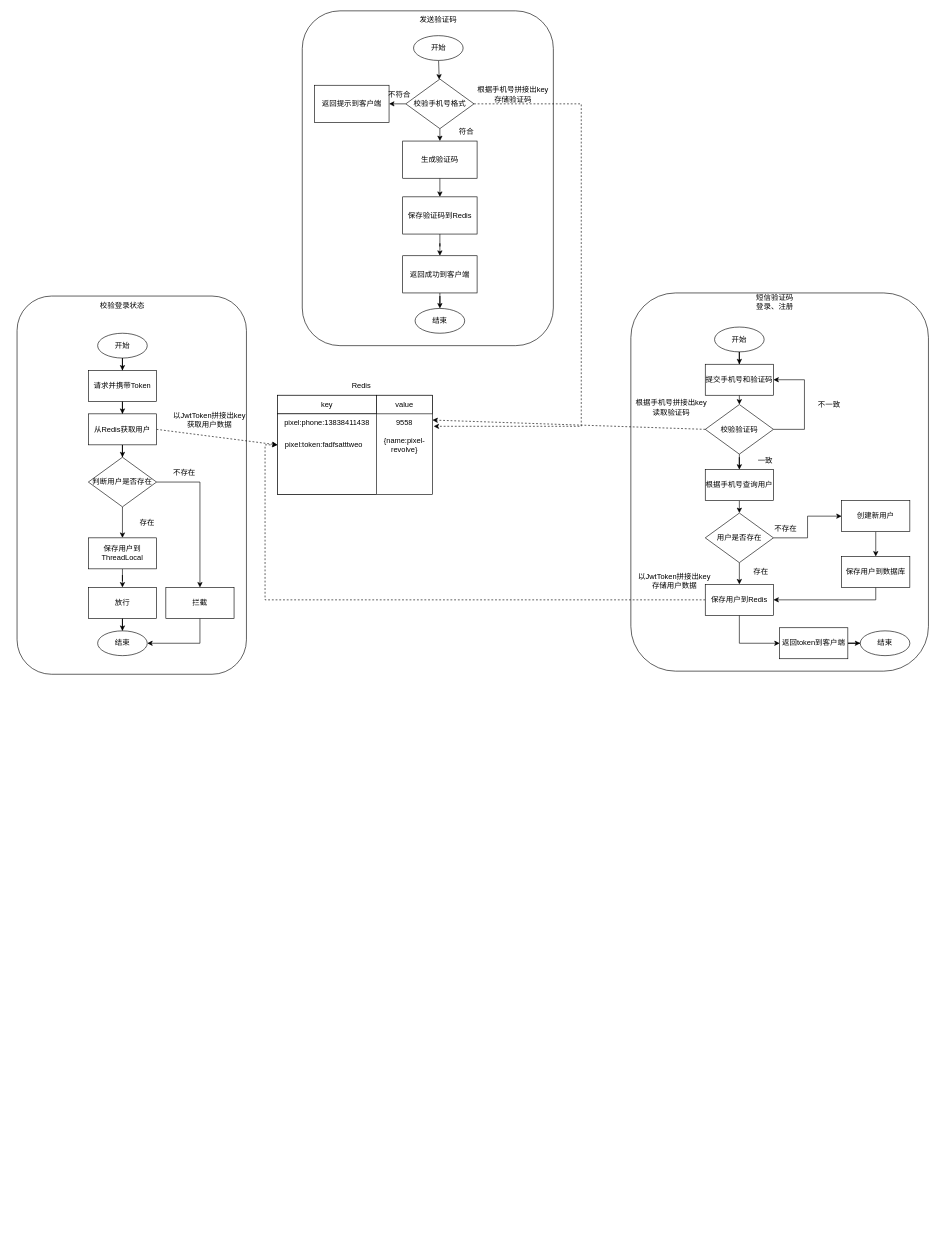
Above: docs/业务流程图.drawio in pixel-revolve/pixel-ccp (draw.io), before the change. Source tidied: cells renumbered, new cells numbered last; positions are measured from the earlier drawing's top-left corner, leaving out a move shared by most shapes. Both pictures are drawn from the tidied source at 62%, with x=0, y=0 at pixel (17, 11).
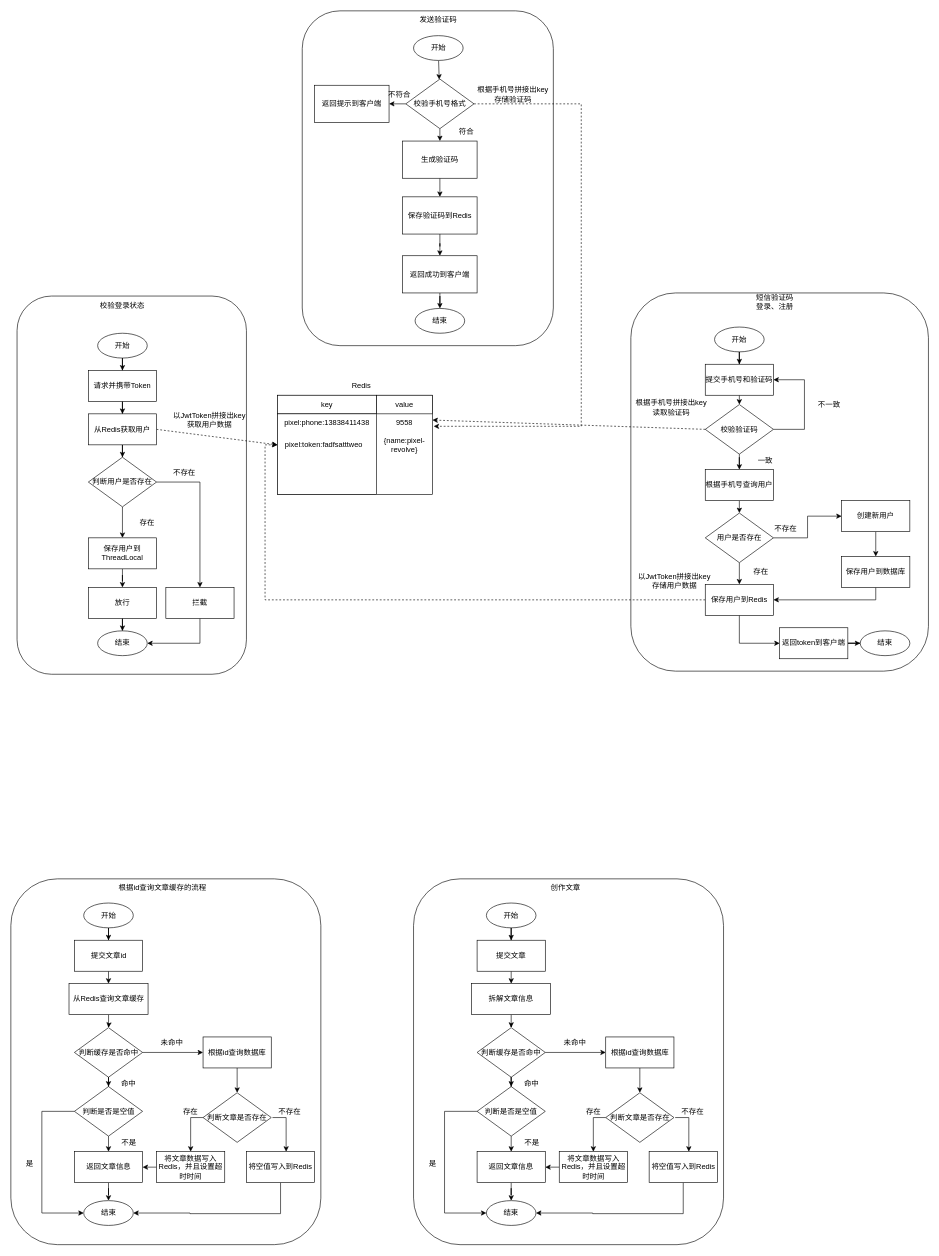
After the change.

Commit message (it also covers changes not shown here):
修改「软件开发文档」和「业务流程图」

Diff of the diagram source:
```diff
@@
+    <mxCell id="83" style="rounded=1;whiteSpace=wrap;html=1;" parent="1" vertex="1">
+      <mxGeometry x="-10" y="1400" width="500" height="590" as="geometry" />
+    </mxCell>
+    <mxCell id="84" value="根据id查询文章缓存的流程" style="text;html=1;strokeColor=none;fillColor=none;align=center;verticalAlign=middle;whiteSpace=wrap;rounded=0;" parent="1" vertex="1">
+      <mxGeometry x="160" y="1400" width="150" height="30" as="geometry" />
+    </mxCell>
+    <mxCell id="85" style="edgeStyle=orthogonalEdgeStyle;rounded=0;jettySize=auto;html=1;" parent="1" edge="1" source="86" target="88">
+      <mxGeometry relative="1" as="geometry" />
+    </mxCell>
+    <mxCell id="86" value="开始" style="ellipse;whiteSpace=wrap;html=1;" parent="1" vertex="1">
+      <mxGeometry x="107.5" y="1439" width="80" height="40" as="geometry" />
+    </mxCell>
+    <mxCell id="87" style="edgeStyle=orthogonalEdgeStyle;rounded=0;jettySize=auto;html=1;" parent="1" edge="1" source="88" target="90">
+      <mxGeometry relative="1" as="geometry" />
+    </mxCell>
+    <mxCell id="88" value="提交文章id" style="rounded=0;whiteSpace=wrap;html=1;" parent="1" vertex="1">
+      <mxGeometry x="92.5" y="1499" width="110" height="50" as="geometry" />
+    </mxCell>
+    <mxCell id="89" style="edgeStyle=orthogonalEdgeStyle;rounded=0;jettySize=auto;html=1;" parent="1" edge="1" source="90" target="93">
+      <mxGeometry relative="1" as="geometry" />
+    </mxCell>
+    <mxCell id="90" value="从Redis查询文章缓存" style="rounded=0;whiteSpace=wrap;html=1;" parent="1" vertex="1">
+      <mxGeometry x="83.8" y="1569" width="127.5" height="50" as="geometry" />
+    </mxCell>
+    <mxCell id="91" style="edgeStyle=orthogonalEdgeStyle;rounded=0;jettySize=auto;html=1;entryX=0;entryY=0.5;entryDx=0;entryDy=0;" parent="1" edge="1" source="93" target="97">
+      <mxGeometry relative="1" as="geometry" />
+    </mxCell>
+    <mxCell id="92" style="edgeStyle=orthogonalEdgeStyle;rounded=0;jettySize=auto;html=1;" parent="1" edge="1" source="93" target="112">
+      <mxGeometry relative="1" as="geometry" />
+    </mxCell>
+    <mxCell id="93" value="判断缓存是否命中" style="rhombus;whiteSpace=wrap;html=1;" parent="1" vertex="1">
+      <mxGeometry x="92.5" y="1640" width="110" height="80" as="geometry" />
+    </mxCell>
+    <mxCell id="94" style="edgeStyle=orthogonalEdgeStyle;rounded=0;jettySize=auto;html=1;" parent="1" edge="1" source="95" target="100">
+      <mxGeometry relative="1" as="geometry" />
+    </mxCell>
+    <mxCell id="95" value="返回文章信息" style="rounded=0;whiteSpace=wrap;html=1;" parent="1" vertex="1">
+      <mxGeometry x="92.5" y="1840" width="110" height="50" as="geometry" />
+    </mxCell>
+    <mxCell id="96" style="edgeStyle=orthogonalEdgeStyle;rounded=0;jettySize=auto;html=1;" parent="1" edge="1" source="97" target="102">
+      <mxGeometry relative="1" as="geometry" />
+    </mxCell>
+    <mxCell id="97" value="根据id查询数据库" style="rounded=0;whiteSpace=wrap;html=1;" parent="1" vertex="1">
+      <mxGeometry x="300" y="1655" width="110" height="50" as="geometry" />
+    </mxCell>
+    <mxCell id="98" value="命中" style="text;html=1;strokeColor=none;fillColor=none;align=center;verticalAlign=middle;whiteSpace=wrap;rounded=0;" parent="1" vertex="1">
+      <mxGeometry x="150" y="1715" width="60" height="30" as="geometry" />
+    </mxCell>
+    <mxCell id="99" value="未命中" style="text;html=1;strokeColor=none;fillColor=none;align=center;verticalAlign=middle;whiteSpace=wrap;rounded=0;" parent="1" vertex="1">
+      <mxGeometry x="220" y="1650" width="60" height="30" as="geometry" />
+    </mxCell>
+    <mxCell id="100" value="结束" style="ellipse;whiteSpace=wrap;html=1;" parent="1" vertex="1">
+      <mxGeometry x="107.5" y="1919" width="80" height="40" as="geometry" />
+    </mxCell>
+    <mxCell id="101" style="edgeStyle=orthogonalEdgeStyle;rounded=0;jettySize=auto;html=1;exitX=0;exitY=0.5;exitDx=0;exitDy=0;" parent="1" edge="1" source="102" target="104">
+      <mxGeometry relative="1" as="geometry">
+        <Array as="points">
+          <mxPoint x="280" y="1785" />
+        </Array>
+      </mxGeometry>
+    </mxCell>
+    <mxCell id="102" value="判断文章是否存在" style="rhombus;whiteSpace=wrap;html=1;" parent="1" vertex="1">
+      <mxGeometry x="300" y="1745" width="110" height="80" as="geometry" />
+    </mxCell>
+    <mxCell id="103" style="edgeStyle=orthogonalEdgeStyle;rounded=0;jettySize=auto;html=1;exitX=0;exitY=0.5;exitDx=0;exitDy=0;entryX=1;entryY=0.5;entryDx=0;entryDy=0;" parent="1" edge="1" source="104" target="95">
+      <mxGeometry relative="1" as="geometry" />
+    </mxCell>
+    <mxCell id="104" value="将文章数据写入Redis，并且设置超时时间" style="rounded=0;whiteSpace=wrap;html=1;" parent="1" vertex="1">
+      <mxGeometry x="225" y="1840" width="110" height="50" as="geometry" />
+    </mxCell>
+    <mxCell id="105" value="存在" style="text;html=1;strokeColor=none;fillColor=none;align=center;verticalAlign=middle;whiteSpace=wrap;rounded=0;" parent="1" vertex="1">
+      <mxGeometry x="250" y="1760" width="60" height="30" as="geometry" />
+    </mxCell>
+    <mxCell id="106" style="edgeStyle=orthogonalEdgeStyle;rounded=0;jettySize=auto;html=1;entryX=1;entryY=0.5;entryDx=0;entryDy=0;" parent="1" edge="1" source="107" target="100">
+      <mxGeometry relative="1" as="geometry">
+        <Array as="points">
+          <mxPoint x="425" y="1940" />
+          <mxPoint x="279" y="1940" />
+          <mxPoint x="279" y="1939" />
+        </Array>
+      </mxGeometry>
+    </mxCell>
+    <mxCell id="107" value="将空值写入到Redis" style="rounded=0;whiteSpace=wrap;html=1;" parent="1" vertex="1">
+      <mxGeometry x="370" y="1840" width="110" height="50" as="geometry" />
+    </mxCell>
+    <mxCell id="108" style="endArrow=classic;html=1;rounded=0;exitX=1;exitY=0.5;exitDx=0;exitDy=0;entryX=0.564;entryY=0;entryDx=0;entryDy=0;entryPerimeter=0;" parent="1" edge="1">
+      <mxGeometry relative="1" as="geometry">
+        <mxPoint x="412" y="1785" as="sourcePoint" />
+        <mxPoint x="434" y="1840" as="targetPoint" />
+        <Array as="points">
+          <mxPoint x="434" y="1785" />
+        </Array>
+      </mxGeometry>
+    </mxCell>
+    <mxCell id="109" value="不存在" style="text;html=1;strokeColor=none;fillColor=none;align=center;verticalAlign=middle;whiteSpace=wrap;rounded=0;" parent="1" vertex="1">
+      <mxGeometry x="410" y="1760" width="60" height="30" as="geometry" />
+    </mxCell>
+    <mxCell id="110" style="edgeStyle=orthogonalEdgeStyle;rounded=0;jettySize=auto;html=1;exitX=0.5;exitY=1;exitDx=0;exitDy=0;entryX=0.5;entryY=0;entryDx=0;entryDy=0;" parent="1" edge="1" source="112" target="95">
+      <mxGeometry relative="1" as="geometry" />
+    </mxCell>
+    <mxCell id="111" style="edgeStyle=orthogonalEdgeStyle;rounded=0;jettySize=auto;html=1;exitX=0;exitY=0.5;exitDx=0;exitDy=0;entryX=0;entryY=0.5;entryDx=0;entryDy=0;" parent="1" edge="1" source="112" target="100">
+      <mxGeometry relative="1" as="geometry">
+        <Array as="points">
+          <mxPoint x="40" y="1775" />
+          <mxPoint x="40" y="1939" />
+        </Array>
+      </mxGeometry>
+    </mxCell>
+    <mxCell id="112" value="判断是否是空值" style="rhombus;whiteSpace=wrap;html=1;" parent="1" vertex="1">
+      <mxGeometry x="92.5" y="1735" width="110" height="80" as="geometry" />
+    </mxCell>
+    <mxCell id="113" value="是" style="text;html=1;align=center;verticalAlign=middle;strokeColor=none;fillColor=none;" parent="1" vertex="1">
+      <mxGeometry y="1845" width="40" height="30" as="geometry" />
+    </mxCell>
+    <mxCell id="114" value="不是" style="text;html=1;align=center;verticalAlign=middle;strokeColor=none;fillColor=none;" parent="1" vertex="1">
+      <mxGeometry x="155" y="1810" width="50" height="30" as="geometry" />
+    </mxCell>
+    <mxCell id="115" style="rounded=1;whiteSpace=wrap;html=1;" parent="1" vertex="1">
+      <mxGeometry x="639.5" y="1400" width="500" height="590" as="geometry" />
+    </mxCell>
+    <mxCell id="116" value="创作文章" style="text;html=1;strokeColor=none;fillColor=none;align=center;verticalAlign=middle;whiteSpace=wrap;rounded=0;" parent="1" vertex="1">
+      <mxGeometry x="809.5" y="1400" width="150" height="30" as="geometry" />
+    </mxCell>
+    <mxCell id="117" style="edgeStyle=orthogonalEdgeStyle;rounded=0;jettySize=auto;html=1;" parent="1" edge="1" source="118" target="120">
+      <mxGeometry relative="1" as="geometry" />
+    </mxCell>
+    <mxCell id="118" value="开始" style="ellipse;whiteSpace=wrap;html=1;" parent="1" vertex="1">
+      <mxGeometry x="757" y="1439" width="80" height="40" as="geometry" />
+    </mxCell>
+    <mxCell id="119" style="edgeStyle=orthogonalEdgeStyle;rounded=0;jettySize=auto;html=1;" parent="1" edge="1" source="120" target="122">
+      <mxGeometry relative="1" as="geometry" />
+    </mxCell>
+    <mxCell id="120" value="提交文章" style="rounded=0;whiteSpace=wrap;html=1;" parent="1" vertex="1">
+      <mxGeometry x="742" y="1499" width="110" height="50" as="geometry" />
+    </mxCell>
+    <mxCell id="121" style="edgeStyle=orthogonalEdgeStyle;rounded=0;jettySize=auto;html=1;" parent="1" edge="1" source="122" target="125">
+      <mxGeometry relative="1" as="geometry" />
+    </mxCell>
+    <mxCell id="122" value="拆解文章信息" style="rounded=0;whiteSpace=wrap;html=1;" parent="1" vertex="1">
+      <mxGeometry x="733.2" y="1569" width="127.5" height="50" as="geometry" />
+    </mxCell>
+    <mxCell id="123" style="edgeStyle=orthogonalEdgeStyle;rounded=0;jettySize=auto;html=1;entryX=0;entryY=0.5;entryDx=0;entryDy=0;" parent="1" edge="1" source="125" target="129">
+      <mxGeometry relative="1" as="geometry" />
+    </mxCell>
+    <mxCell id="124" style="edgeStyle=orthogonalEdgeStyle;rounded=0;jettySize=auto;html=1;" parent="1" edge="1" source="125" target="144">
+      <mxGeometry relative="1" as="geometry" />
+    </mxCell>
+    <mxCell id="125" value="判断缓存是否命中" style="rhombus;whiteSpace=wrap;html=1;" parent="1" vertex="1">
+      <mxGeometry x="742" y="1640" width="110" height="80" as="geometry" />
+    </mxCell>
+    <mxCell id="126" style="edgeStyle=orthogonalEdgeStyle;rounded=0;jettySize=auto;html=1;" parent="1" edge="1" source="127" target="132">
+      <mxGeometry relative="1" as="geometry" />
+    </mxCell>
+    <mxCell id="127" value="返回文章信息" style="rounded=0;whiteSpace=wrap;html=1;" parent="1" vertex="1">
+      <mxGeometry x="742" y="1840" width="110" height="50" as="geometry" />
+    </mxCell>
+    <mxCell id="128" style="edgeStyle=orthogonalEdgeStyle;rounded=0;jettySize=auto;html=1;" parent="1" edge="1" source="129" target="134">
+      <mxGeometry relative="1" as="geometry" />
+    </mxCell>
+    <mxCell id="129" value="根据id查询数据库" style="rounded=0;whiteSpace=wrap;html=1;" parent="1" vertex="1">
+      <mxGeometry x="949.5" y="1655" width="110" height="50" as="geometry" />
+    </mxCell>
+    <mxCell id="130" value="命中" style="text;html=1;strokeColor=none;fillColor=none;align=center;verticalAlign=middle;whiteSpace=wrap;rounded=0;" parent="1" vertex="1">
+      <mxGeometry x="799.5" y="1715" width="60" height="30" as="geometry" />
+    </mxCell>
+    <mxCell id="131" value="未命中" style="text;html=1;strokeColor=none;fillColor=none;align=center;verticalAlign=middle;whiteSpace=wrap;rounded=0;" parent="1" vertex="1">
+      <mxGeometry x="869.5" y="1650" width="60" height="30" as="geometry" />
+    </mxCell>
+    <mxCell id="132" value="结束" style="ellipse;whiteSpace=wrap;html=1;" parent="1" vertex="1">
+      <mxGeometry x="757" y="1919" width="80" height="40" as="geometry" />
+    </mxCell>
+    <mxCell id="133" style="edgeStyle=orthogonalEdgeStyle;rounded=0;jettySize=auto;html=1;exitX=0;exitY=0.5;exitDx=0;exitDy=0;" parent="1" edge="1" source="134" target="136">
+      <mxGeometry relative="1" as="geometry">
+        <Array as="points">
+          <mxPoint x="929.5" y="1785" />
+        </Array>
+      </mxGeometry>
+    </mxCell>
+    <mxCell id="134" value="判断文章是否存在" style="rhombus;whiteSpace=wrap;html=1;" parent="1" vertex="1">
+      <mxGeometry x="949.5" y="1745" width="110" height="80" as="geometry" />
+    </mxCell>
+    <mxCell id="135" style="edgeStyle=orthogonalEdgeStyle;rounded=0;jettySize=auto;html=1;exitX=0;exitY=0.5;exitDx=0;exitDy=0;entryX=1;entryY=0.5;entryDx=0;entryDy=0;" parent="1" edge="1" source="136" target="127">
+      <mxGeometry relative="1" as="geometry" />
+    </mxCell>
+    <mxCell id="136" value="将文章数据写入Redis，并且设置超时时间" style="rounded=0;whiteSpace=wrap;html=1;" parent="1" vertex="1">
+      <mxGeometry x="874.5" y="1840" width="110" height="50" as="geometry" />
+    </mxCell>
+    <mxCell id="137" value="存在" style="text;html=1;strokeColor=none;fillColor=none;align=center;verticalAlign=middle;whiteSpace=wrap;rounded=0;" parent="1" vertex="1">
+      <mxGeometry x="899.5" y="1760" width="60" height="30" as="geometry" />
+    </mxCell>
+    <mxCell id="138" style="edgeStyle=orthogonalEdgeStyle;rounded=0;jettySize=auto;html=1;entryX=1;entryY=0.5;entryDx=0;entryDy=0;" parent="1" edge="1" source="139" target="132">
+      <mxGeometry relative="1" as="geometry">
+        <Array as="points">
+          <mxPoint x="1074.5" y="1940" />
+          <mxPoint x="928.5" y="1940" />
+          <mxPoint x="928.5" y="1939" />
+        </Array>
+      </mxGeometry>
+    </mxCell>
+    <mxCell id="139" value="将空值写入到Redis" style="rounded=0;whiteSpace=wrap;html=1;" parent="1" vertex="1">
+      <mxGeometry x="1019.5" y="1840" width="110" height="50" as="geometry" />
+    </mxCell>
+    <mxCell id="140" style="endArrow=classic;html=1;rounded=0;exitX=1;exitY=0.5;exitDx=0;exitDy=0;entryX=0.564;entryY=0;entryDx=0;entryDy=0;entryPerimeter=0;" parent="1" edge="1">
+      <mxGeometry relative="1" as="geometry">
+        <mxPoint x="1061.5" y="1785" as="sourcePoint" />
+        <mxPoint x="1083.5" y="1840" as="targetPoint" />
+        <Array as="points">
+          <mxPoint x="1083.5" y="1785" />
+        </Array>
+      </mxGeometry>
+    </mxCell>
+    <mxCell id="141" value="不存在" style="text;html=1;strokeColor=none;fillColor=none;align=center;verticalAlign=middle;whiteSpace=wrap;rounded=0;" parent="1" vertex="1">
+      <mxGeometry x="1059.5" y="1760" width="60" height="30" as="geometry" />
+    </mxCell>
+    <mxCell id="142" style="edgeStyle=orthogonalEdgeStyle;rounded=0;jettySize=auto;html=1;exitX=0.5;exitY=1;exitDx=0;exitDy=0;entryX=0.5;entryY=0;entryDx=0;entryDy=0;" parent="1" edge="1" source="144" target="127">
+      <mxGeometry relative="1" as="geometry" />
+    </mxCell>
+    <mxCell id="143" style="edgeStyle=orthogonalEdgeStyle;rounded=0;jettySize=auto;html=1;exitX=0;exitY=0.5;exitDx=0;exitDy=0;entryX=0;entryY=0.5;entryDx=0;entryDy=0;" parent="1" edge="1" source="144" target="132">
+      <mxGeometry relative="1" as="geometry">
+        <Array as="points">
+          <mxPoint x="689.5" y="1775" />
+          <mxPoint x="689.5" y="1939" />
+        </Array>
+      </mxGeometry>
+    </mxCell>
+    <mxCell id="144" value="判断是否是空值" style="rhombus;whiteSpace=wrap;html=1;" parent="1" vertex="1">
+      <mxGeometry x="742" y="1735" width="110" height="80" as="geometry" />
+    </mxCell>
+    <mxCell id="145" value="是" style="text;html=1;align=center;verticalAlign=middle;strokeColor=none;fillColor=none;" parent="1" vertex="1">
+      <mxGeometry x="649.5" y="1845" width="40" height="30" as="geometry" />
+    </mxCell>
+    <mxCell id="146" value="不是" style="text;html=1;align=center;verticalAlign=middle;strokeColor=none;fillColor=none;" parent="1" vertex="1">
+      <mxGeometry x="804.5" y="1810" width="50" height="30" as="geometry" />
+    </mxCell>
```
